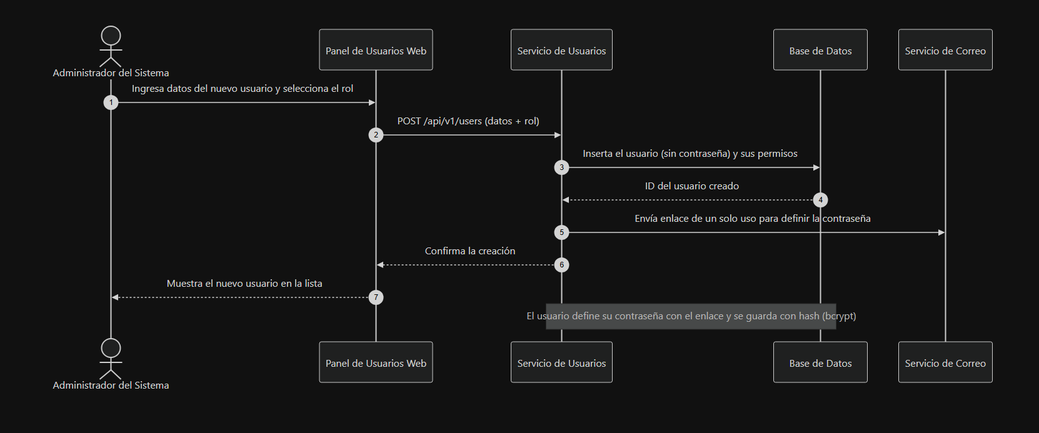
Before: Anexos/Diseño/Diagramas particulares por cada C. U._/Diagrama C.U 06.png, a diagram exported from Mermaid (marianapeachy/capstone). Its source is kept beside it as Anexos/Diseño/Diagramas fuente (Mermaid)/Diagrama C.U 06.mmd.
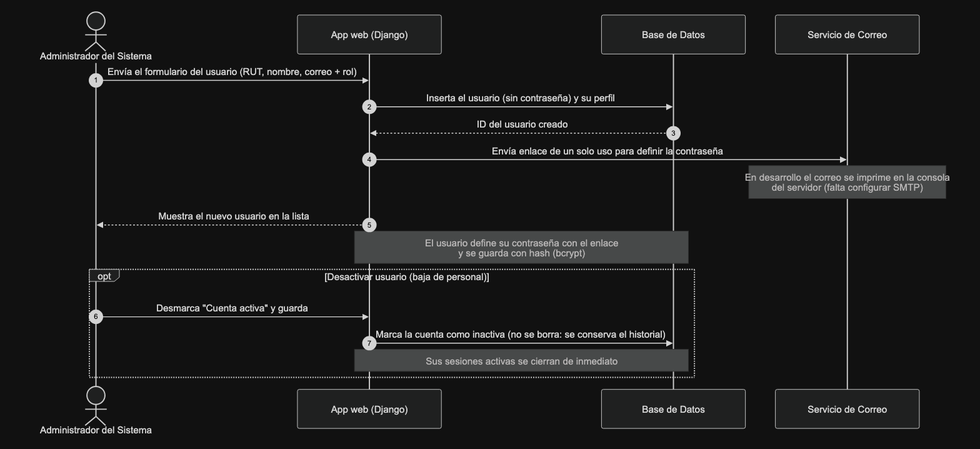
The same file after the commit.

Commit message:
docs: update CU06 to Django sessions and account deactivation (#42)

What changed in the source:
```diff
@@ -1,15 +1,18 @@
 sequenceDiagram
     autonumber
     actor Adm as Administrador del Sistema
-    participant Web as Panel de Usuarios Web
-    participant Svc as Servicio de Usuarios
+    participant Web as App web (Django)
     participant BD as Base de Datos
     participant Mail as Servicio de Correo
-    Adm->>Web: Ingresa datos del nuevo usuario y selecciona el rol
-    Web->>Svc: POST /api/v1/users (datos + rol)
-    Svc->>BD: Inserta el usuario (sin contraseña) y sus permisos
-    BD-->>Svc: ID del usuario creado
-    Svc->>Mail: Envía enlace de un solo uso para definir la contraseña
-    Svc-->>Web: Confirma la creación
+    Adm->>Web: Envía el formulario del usuario (RUT, nombre, correo + rol)
+    Web->>BD: Inserta el usuario (sin contraseña) y su perfil
+    BD-->>Web: ID del usuario creado
+    Web->>Mail: Envía enlace de un solo uso para definir la contraseña
+    Note over Mail: En desarrollo el correo se imprime en la consola<br/>del servidor (falta configurar SMTP)
     Web-->>Adm: Muestra el nuevo usuario en la lista
-    Note over Svc,BD: El usuario define su contraseña con el enlace y se guarda con hash (bcrypt)
+    Note over Web,BD: El usuario define su contraseña con el enlace<br/>y se guarda con hash (bcrypt)
+    opt Desactivar usuario (baja de personal)
+        Adm->>Web: Desmarca "Cuenta activa" y guarda
+        Web->>BD: Marca la cuenta como inactiva (no se borra: se conserva el historial)
+        Note over Web,BD: Sus sesiones activas se cierran de inmediato
+    end
```
